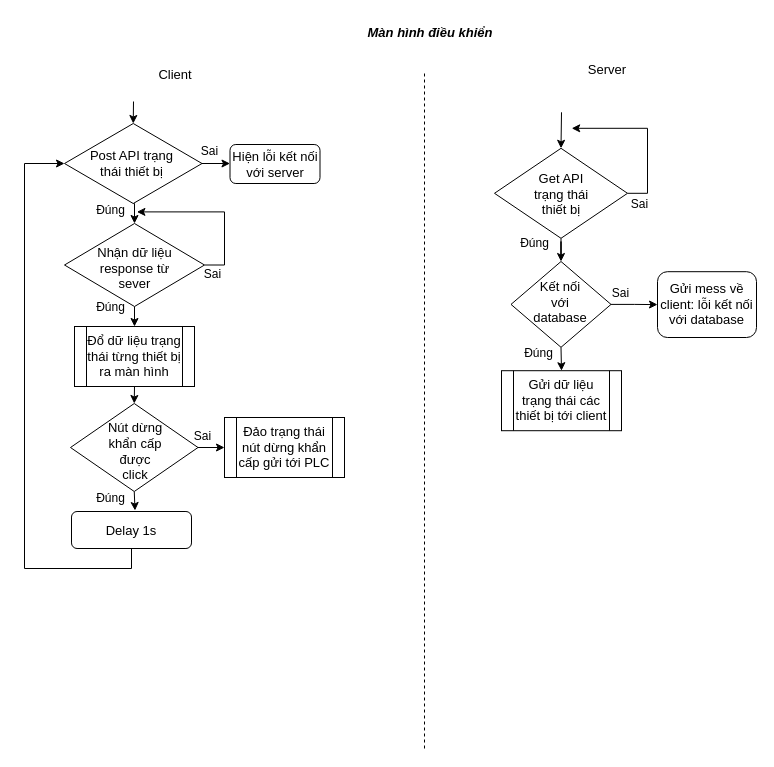
This is page "man_dieu_khien" (9 of 10) of Algorithm_Flowchart/Webserver.drawio from huudatdepzai2k3/DoAnTotNghiep2025, a draw.io file, before an edit. Source tidied: cells renumbered, new cells numbered last; positions are measured from the earlier drawing's top-left corner, leaving out a move shared by most shapes. Both pictures are drawn from the tidied source at 100%, with x=0, y=0 at pixel (24, 17).
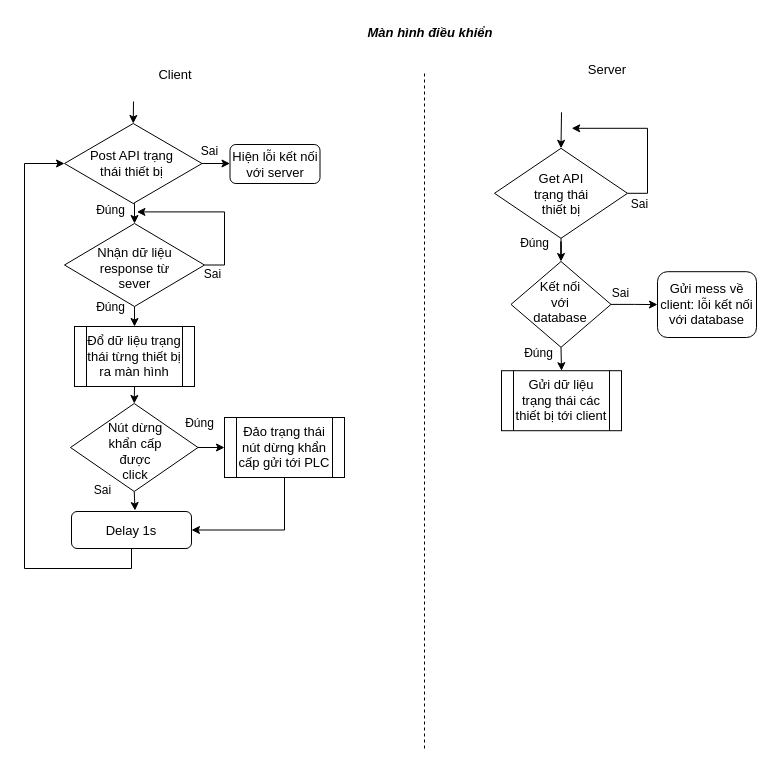
Above is the later version.

The change refers to these unchanged cells:
```xml
<mxCell id="16" value="Delay 1s" style="rounded=1;whiteSpace=wrap;html=1;fontSize=13;" parent="1" vertex="1">
  <mxGeometry x="47" y="494" width="120" height="37" as="geometry" />
</mxCell>
<mxCell id="20" value="Đảo trạng thái nút dừng khẩn cấp gửi tới PLC" style="shape=process;whiteSpace=wrap;html=1;backgroundOutline=1;fontSize=13;" parent="1" vertex="1">
  <mxGeometry x="200" y="400" width="120" height="60" as="geometry" />
</mxCell>
```

The edit, as a diff of the source:
```diff
@@
+    <mxCell id="46" style="edgeStyle=orthogonalEdgeStyle;rounded=0;jettySize=auto;html=1;exitX=0.5;exitY=1;exitDx=0;exitDy=0;entryX=1;entryY=0.5;entryDx=0;entryDy=0;" parent="1" edge="1" source="20" target="16">
+      <mxGeometry relative="1" as="geometry" />
+    </mxCell>
@@
     <mxCell id="37" value="Đúng" style="text;html=1;align=center;verticalAlign=middle;strokeColor=none;fillColor=none;" parent="1" vertex="1">
-      <mxGeometry x="62.5" y="468" width="47" height="26" as="geometry" />
+      <mxGeometry x="151.5" y="393" width="47" height="26" as="geometry" />
     </mxCell>
@@
     <mxCell id="44" value="Sai" style="text;html=1;align=center;verticalAlign=middle;strokeColor=none;fillColor=none;" parent="1" vertex="1">
-      <mxGeometry x="160" y="406" width="35" height="26" as="geometry" />
+      <mxGeometry x="60" y="460" width="35" height="26" as="geometry" />
     </mxCell>
```
